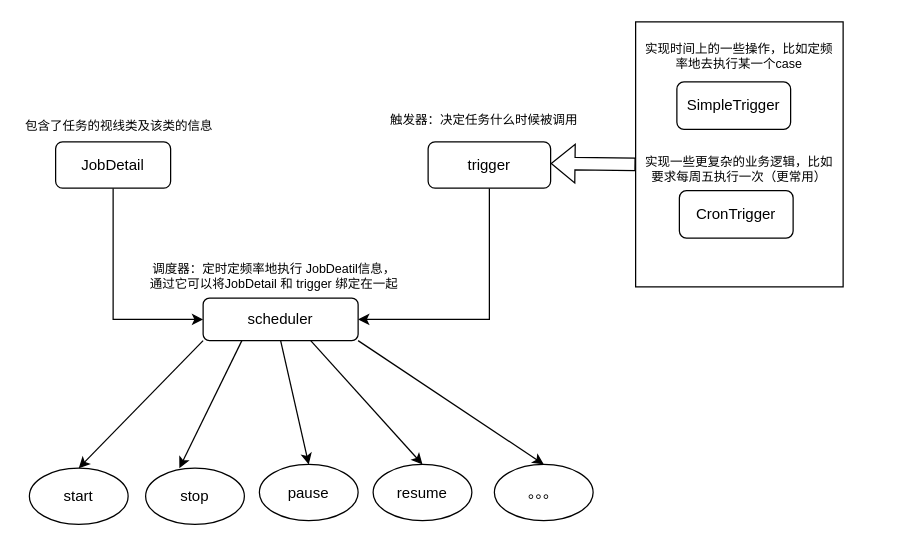
Earlier version of the draw.io diagram blog/schedule.drawio (began-zhao/studydraw). Source tidied: cells renumbered, new cells numbered last; positions are measured from the earlier drawing's top-left corner, leaving out a move shared by most shapes. Both pictures are drawn from the tidied source at 125%, with x=0, y=0 at pixel (21, 21).
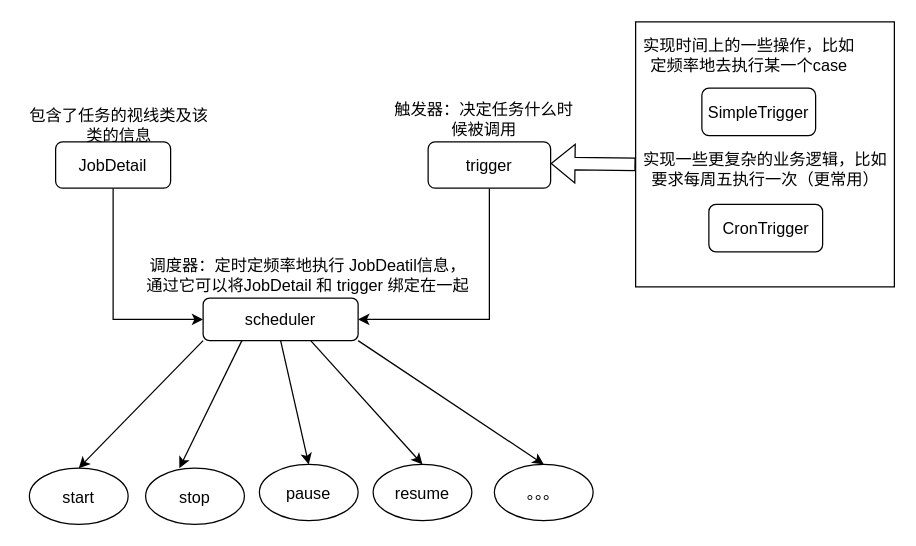
After the change.

The edit, as a diff of the source:
```diff
@@
-    <mxCell id="2" style="rounded=0;whiteSpace=wrap;html=1;" parent="1" vertex="1">
-      <mxGeometry x="491" width="166" height="212" as="geometry" />
+    <mxCell id="2" style="rounded=0;whiteSpace=wrap;html=1;fontSize=13;" parent="1" vertex="1">
+      <mxGeometry x="491" width="207" height="212" as="geometry" />
     </mxCell>
-    <mxCell id="3" style="edgeStyle=orthogonalEdgeStyle;rounded=0;jettySize=auto;html=1;exitX=0.5;exitY=1;exitDx=0;exitDy=0;entryX=1;entryY=0.5;entryDx=0;entryDy=0;" parent="1" edge="1" source="4" target="6">
+    <mxCell id="3" style="edgeStyle=orthogonalEdgeStyle;rounded=0;jettySize=auto;html=1;exitX=0.5;exitY=1;exitDx=0;exitDy=0;entryX=1;entryY=0.5;entryDx=0;entryDy=0;fontSize=13;" parent="1" edge="1" source="4" target="6">
       <mxGeometry relative="1" as="geometry" />
     </mxCell>
-    <mxCell id="4" value="trigger" style="rounded=1;whiteSpace=wrap;html=1;" parent="1" vertex="1">
+    <mxCell id="4" value="trigger" style="rounded=1;whiteSpace=wrap;html=1;fontSize=13;" parent="1" vertex="1">
       <mxGeometry x="325" y="96" width="98" height="37" as="geometry" />
     </mxCell>
-    <mxCell id="5" value="SimpleTrigger" style="rounded=1;whiteSpace=wrap;html=1;" parent="1" vertex="1">
-      <mxGeometry x="524" y="48" width="91" height="38" as="geometry" />
+    <mxCell id="5" value="SimpleTrigger" style="rounded=1;whiteSpace=wrap;html=1;fontSize=13;" parent="1" vertex="1">
+      <mxGeometry x="544" y="53" width="91" height="38" as="geometry" />
     </mxCell>
-    <mxCell id="6" value="scheduler" style="rounded=1;whiteSpace=wrap;html=1;" parent="1" vertex="1">
+    <mxCell id="6" value="scheduler" style="rounded=1;whiteSpace=wrap;html=1;fontSize=13;" parent="1" vertex="1">
       <mxGeometry x="145" y="221" width="124" height="34" as="geometry" />
     </mxCell>
-    <mxCell id="7" style="edgeStyle=orthogonalEdgeStyle;rounded=0;jettySize=auto;html=1;exitX=0.5;exitY=1;exitDx=0;exitDy=0;entryX=0;entryY=0.5;entryDx=0;entryDy=0;" parent="1" edge="1" source="8" target="6">
+    <mxCell id="7" style="edgeStyle=orthogonalEdgeStyle;rounded=0;jettySize=auto;html=1;exitX=0.5;exitY=1;exitDx=0;exitDy=0;entryX=0;entryY=0.5;entryDx=0;entryDy=0;fontSize=13;" parent="1" edge="1" source="8" target="6">
       <mxGeometry relative="1" as="geometry" />
     </mxCell>
-    <mxCell id="8" value="JobDetail" style="rounded=1;whiteSpace=wrap;html=1;" parent="1" vertex="1">
+    <mxCell id="8" value="JobDetail" style="rounded=1;whiteSpace=wrap;html=1;fontSize=13;" parent="1" vertex="1">
       <mxGeometry x="27" y="96" width="92" height="37" as="geometry" />
     </mxCell>
-    <mxCell id="9" value="start" style="ellipse;whiteSpace=wrap;html=1;" parent="1" vertex="1">
+    <mxCell id="9" value="start" style="ellipse;whiteSpace=wrap;html=1;fontSize=13;" parent="1" vertex="1">
       <mxGeometry x="6" y="357" width="79" height="45" as="geometry" />
     </mxCell>
-    <mxCell id="10" value="CronTrigger" style="rounded=1;whiteSpace=wrap;html=1;" parent="1" vertex="1">
-      <mxGeometry x="526" y="135" width="91" height="38" as="geometry" />
+    <mxCell id="10" value="CronTrigger" style="rounded=1;whiteSpace=wrap;html=1;fontSize=13;" parent="1" vertex="1">
+      <mxGeometry x="549.6" y="146" width="91" height="38" as="geometry" />
     </mxCell>
-    <mxCell id="11" value="stop" style="ellipse;whiteSpace=wrap;html=1;" parent="1" vertex="1">
+    <mxCell id="11" value="stop" style="ellipse;whiteSpace=wrap;html=1;fontSize=13;" parent="1" vertex="1">
       <mxGeometry x="99" y="357" width="79" height="45" as="geometry" />
     </mxCell>
-    <mxCell id="12" value="pause" style="ellipse;whiteSpace=wrap;html=1;" parent="1" vertex="1">
+    <mxCell id="12" value="pause" style="ellipse;whiteSpace=wrap;html=1;fontSize=13;" parent="1" vertex="1">
       <mxGeometry x="190" y="354" width="79" height="45" as="geometry" />
     </mxCell>
-    <mxCell id="13" value="resume" style="ellipse;whiteSpace=wrap;html=1;" parent="1" vertex="1">
+    <mxCell id="13" value="resume" style="ellipse;whiteSpace=wrap;html=1;fontSize=13;" parent="1" vertex="1">
       <mxGeometry x="281" y="354" width="79" height="45" as="geometry" />
     </mxCell>
-    <mxCell id="14" value="。。。" style="ellipse;whiteSpace=wrap;html=1;" parent="1" vertex="1">
+    <mxCell id="14" value="。。。" style="ellipse;whiteSpace=wrap;html=1;fontSize=13;" parent="1" vertex="1">
       <mxGeometry x="378" y="354" width="79" height="45" as="geometry" />
     </mxCell>
-    <mxCell id="15" style="endArrow=classic;html=1;rounded=0;exitX=0;exitY=1;exitDx=0;exitDy=0;entryX=0.5;entryY=0;entryDx=0;entryDy=0;" parent="1" edge="1" source="6" target="9">
+    <mxCell id="15" style="endArrow=classic;html=1;rounded=0;exitX=0;exitY=1;exitDx=0;exitDy=0;entryX=0.5;entryY=0;entryDx=0;entryDy=0;fontSize=13;" parent="1" edge="1" source="6" target="9">
       <mxGeometry relative="1" as="geometry" />
     </mxCell>
-    <mxCell id="16" style="endArrow=classic;html=1;rounded=0;exitX=0.25;exitY=1;exitDx=0;exitDy=0;entryX=0.5;entryY=0;entryDx=0;entryDy=0;" parent="1" edge="1" source="6">
+    <mxCell id="16" style="endArrow=classic;html=1;rounded=0;exitX=0.25;exitY=1;exitDx=0;exitDy=0;entryX=0.5;entryY=0;entryDx=0;entryDy=0;fontSize=13;" parent="1" edge="1" source="6">
       <mxGeometry relative="1" as="geometry">
         <mxPoint x="126" y="357" as="targetPoint" />
       </mxGeometry>
     </mxCell>
-    <mxCell id="17" style="endArrow=classic;html=1;rounded=0;exitX=0.5;exitY=1;exitDx=0;exitDy=0;entryX=0.5;entryY=0;entryDx=0;entryDy=0;" parent="1" edge="1" source="6" target="12">
+    <mxCell id="17" style="endArrow=classic;html=1;rounded=0;exitX=0.5;exitY=1;exitDx=0;exitDy=0;entryX=0.5;entryY=0;entryDx=0;entryDy=0;fontSize=13;" parent="1" edge="1" source="6" target="12">
       <mxGeometry relative="1" as="geometry" />
     </mxCell>
-    <mxCell id="18" style="endArrow=classic;html=1;rounded=0;exitX=0.694;exitY=1;exitDx=0;exitDy=0;entryX=0.5;entryY=0;entryDx=0;entryDy=0;exitPerimeter=0;" parent="1" edge="1" source="6" target="13">
+    <mxCell id="18" style="endArrow=classic;html=1;rounded=0;exitX=0.694;exitY=1;exitDx=0;exitDy=0;entryX=0.5;entryY=0;entryDx=0;entryDy=0;exitPerimeter=0;fontSize=13;" parent="1" edge="1" source="6" target="13">
       <mxGeometry relative="1" as="geometry" />
     </mxCell>
-    <mxCell id="19" style="endArrow=classic;html=1;rounded=0;exitX=1;exitY=1;exitDx=0;exitDy=0;entryX=0.5;entryY=0;entryDx=0;entryDy=0;" parent="1" edge="1" source="6" target="14">
+    <mxCell id="19" style="endArrow=classic;html=1;rounded=0;exitX=1;exitY=1;exitDx=0;exitDy=0;entryX=0.5;entryY=0;entryDx=0;entryDy=0;fontSize=13;" parent="1" edge="1" source="6" target="14">
       <mxGeometry relative="1" as="geometry" />
     </mxCell>
-    <mxCell id="20" style="shape=flexArrow;endArrow=classic;html=1;rounded=0;exitX=0;exitY=0.5;exitDx=0;exitDy=0;entryX=1;entryY=0.25;entryDx=0;entryDy=0;" parent="1" edge="1">
+    <mxCell id="20" style="shape=flexArrow;endArrow=classic;html=1;rounded=0;exitX=0;exitY=0.5;exitDx=0;exitDy=0;entryX=1;entryY=0.25;entryDx=0;entryDy=0;fontSize=13;" parent="1" edge="1">
       <mxGeometry relative="1" as="geometry">
         <mxPoint x="491" y="114" as="sourcePoint" />
         <mxPoint x="423" y="113.2" as="targetPoint" />
       </mxGeometry>
     </mxCell>
-    <mxCell id="21" value="包含了任务的视线类及该类的信息" style="text;html=1;strokeColor=none;fillColor=none;align=center;verticalAlign=middle;whiteSpace=wrap;rounded=0;fontSize=10;" parent="1" vertex="1">
+    <mxCell id="21" value="包含了任务的视线类及该类的信息" style="text;html=1;strokeColor=none;fillColor=none;align=center;verticalAlign=middle;whiteSpace=wrap;rounded=0;fontSize=13;" parent="1" vertex="1">
       <mxGeometry x="-0.5" y="67" width="155.5" height="31" as="geometry" />
     </mxCell>
-    <mxCell id="22" value="触发器：决定任务什么时候被调用" style="text;html=1;strokeColor=none;fillColor=none;align=center;verticalAlign=middle;whiteSpace=wrap;rounded=0;fontSize=10;" parent="1" vertex="1">
+    <mxCell id="22" value="触发器：决定任务什么时候被调用" style="text;html=1;strokeColor=none;fillColor=none;align=center;verticalAlign=middle;whiteSpace=wrap;rounded=0;fontSize=13;" parent="1" vertex="1">
       <mxGeometry x="292" y="62" width="155.5" height="31" as="geometry" />
     </mxCell>
-    <mxCell id="23" value="实现时间上的一些操作，比如定频率地去执行某一个case" style="text;html=1;strokeColor=none;fillColor=none;align=center;verticalAlign=middle;whiteSpace=wrap;rounded=0;fontSize=10;" parent="1" vertex="1">
-      <mxGeometry x="496.2" y="11" width="155.5" height="31" as="geometry" />
+    <mxCell id="23" value="实现时间上的一些操作，比如定频率地去执行某一个case" style="text;html=1;strokeColor=none;fillColor=none;align=center;verticalAlign=middle;whiteSpace=wrap;rounded=0;fontSize=13;" parent="1" vertex="1">
+      <mxGeometry x="496.2" y="11" width="171.8" height="31" as="geometry" />
     </mxCell>
-    <mxCell id="24" value="实现一些更复杂的业务逻辑，比如要求每周五执行一次（更常用）" style="text;html=1;strokeColor=none;fillColor=none;align=center;verticalAlign=middle;whiteSpace=wrap;rounded=0;fontSize=10;" parent="1" vertex="1">
-      <mxGeometry x="496.2" y="102" width="155.5" height="31" as="geometry" />
+    <mxCell id="24" value="实现一些更复杂的业务逻辑，比如要求每周五执行一次（更常用）" style="text;html=1;strokeColor=none;fillColor=none;align=center;verticalAlign=middle;whiteSpace=wrap;rounded=0;fontSize=13;" parent="1" vertex="1">
+      <mxGeometry x="496.2" y="102" width="197.8" height="31" as="geometry" />
     </mxCell>
-    <mxCell id="25" value="调度器：定时定频率地执行 JobDeatil信息，通过它可以将JobDetail 和 trigger 绑定在一起" style="text;html=1;strokeColor=none;fillColor=none;align=center;verticalAlign=middle;whiteSpace=wrap;rounded=0;fontSize=10;" parent="1" vertex="1">
-      <mxGeometry x="99" y="187" width="205.8" height="31" as="geometry" />
+    <mxCell id="25" value="调度器：定时定频率地执行 JobDeatil信息，通过它可以将JobDetail 和 trigger 绑定在一起" style="text;html=1;strokeColor=none;fillColor=none;align=center;verticalAlign=middle;whiteSpace=wrap;rounded=0;fontSize=13;" parent="1" vertex="1">
+      <mxGeometry x="99" y="187" width="260" height="31" as="geometry" />
     </mxCell>
```
